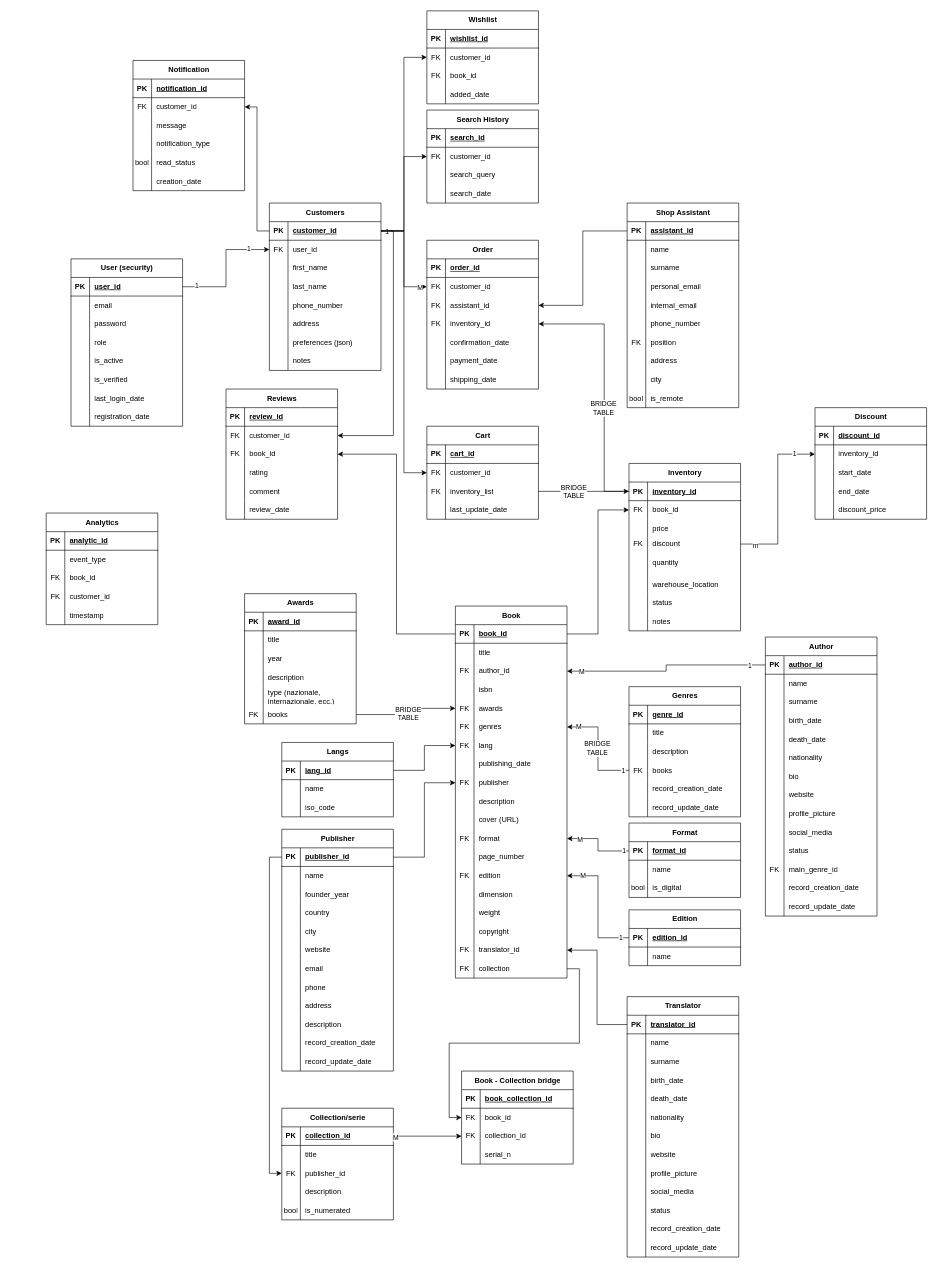
Earlier version of the draw.io diagram virtual-bookstore.drawio (AntonioStrignano/virtual-bookstore). Source tidied: cells renumbered, new cells numbered last; positions are measured from the earlier drawing's top-left corner, leaving out a move shared by most shapes. Both pictures are drawn from the tidied source at 62%, with x=0, y=0 at pixel (46, 11).
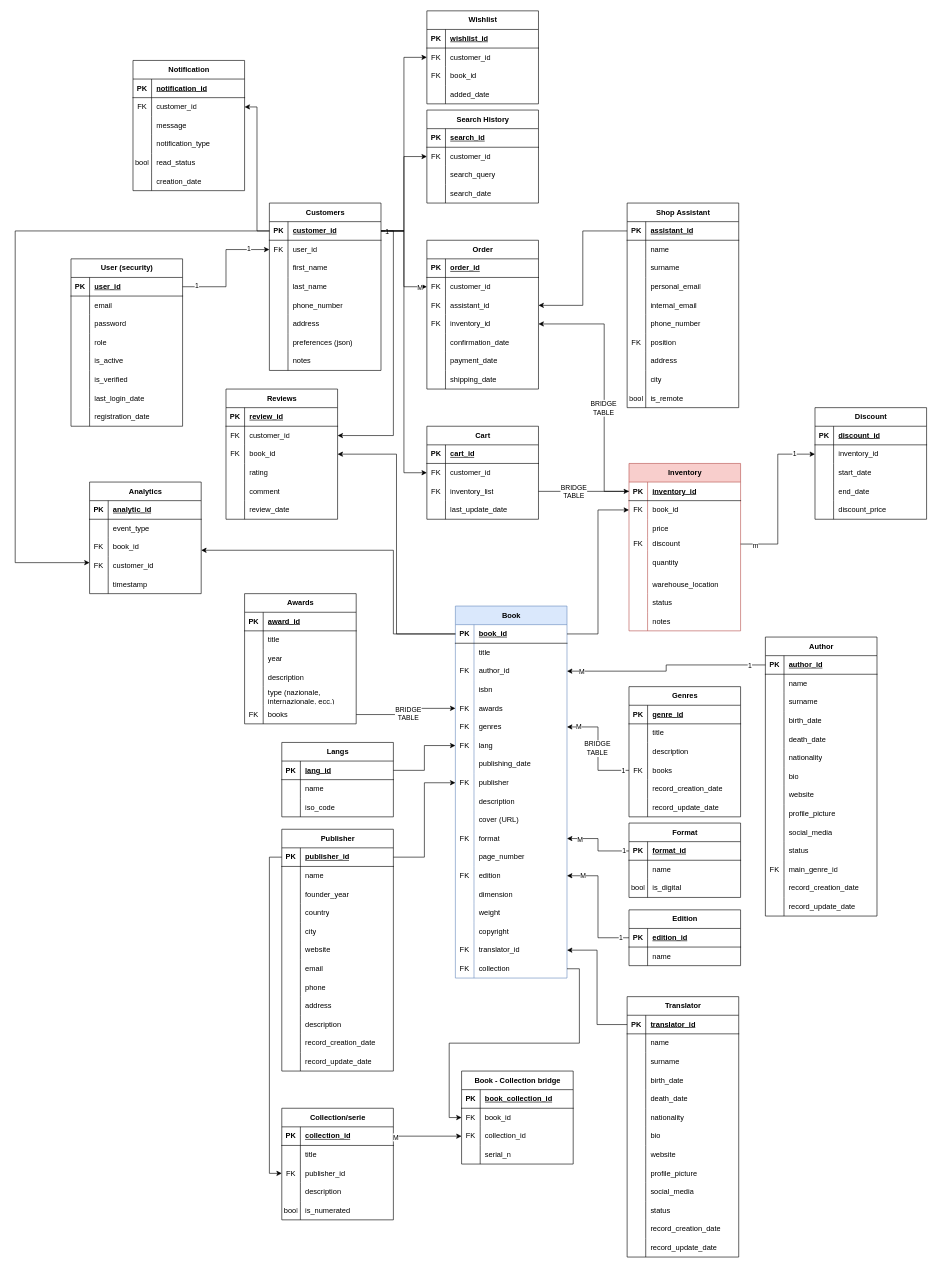
The same page after the edit.

Unchanged cells that the change refers to:
```xml
<mxCell id="3" style="shape=tableRow;horizontal=0;startSize=0;swimlaneHead=0;swimlaneBody=0;fillColor=none;points=[[0,0.5],[1,0.5]];portConstraint=eastwest;top=0;left=0;right=0;bottom=1;" parent="2" vertex="1">
  <mxGeometry y="30" width="180" height="30" as="geometry" />
</mxCell>
<mxCell id="398" style="shape=tableRow;horizontal=0;startSize=0;swimlaneHead=0;swimlaneBody=0;fillColor=none;points=[[0,0.5],[1,0.5]];portConstraint=eastwest;top=0;left=0;right=0;bottom=1;" parent="397" vertex="1">
  <mxGeometry y="30" width="180" height="30" as="geometry" />
</mxCell>
<mxCell id="545" style="shape=tableRow;horizontal=0;startSize=0;swimlaneHead=0;swimlaneBody=0;fillColor=none;points=[[0,0.5],[1,0.5]];portConstraint=eastwest;top=0;left=0;right=0;bottom=0;" parent="538" vertex="1">
  <mxGeometry y="90" width="180" height="30" as="geometry" />
</mxCell>
<mxCell id="548" style="shape=tableRow;horizontal=0;startSize=0;swimlaneHead=0;swimlaneBody=0;fillColor=none;points=[[0,0.5],[1,0.5]];portConstraint=eastwest;top=0;left=0;right=0;bottom=0;" parent="538" vertex="1">
  <mxGeometry y="120" width="180" height="30" as="geometry" />
</mxCell>
```

What changed in the source:
```diff
@@
-    <mxCell id="2" value="Book" style="shape=table;startSize=30;childLayout=tableLayout;rowLines=0;fontStyle=1;align=center;html=1;" parent="1" vertex="1">
+    <mxCell id="2" value="Book" style="shape=table;startSize=30;childLayout=tableLayout;rowLines=0;fontStyle=1;align=center;html=1;fillColor=#dae8fc;strokeColor=#6c8ebf;" parent="1" vertex="1">
       <mxGeometry x="660" y="960" width="180" height="600" as="geometry" />
     </mxCell>
@@
-    <mxCell id="295" value="Inventory" style="shape=table;startSize=30;childLayout=tableLayout;rowLines=0;fontStyle=1;align=center;html=1;" parent="1" vertex="1">
+    <mxCell id="295" value="Inventory" style="shape=table;startSize=30;childLayout=tableLayout;rowLines=0;fontStyle=1;align=center;html=1;fillColor=#f8cecc;strokeColor=#b85450;" parent="1" vertex="1">
       <mxGeometry x="940" y="730" width="180" height="270" as="geometry" />
     </mxCell>
@@
     <mxCell id="538" value="Analytics" style="shape=table;startSize=30;childLayout=tableLayout;rowLines=0;fontStyle=1;align=center;html=1;" parent="1" vertex="1">
-      <mxGeometry y="810" width="180" height="180" as="geometry" />
+      <mxGeometry x="70" y="760" width="180" height="180" as="geometry" />
     </mxCell>
@@
+    <mxCell id="554" style="edgeStyle=orthogonalEdgeStyle;rounded=0;jettySize=auto;html=1;" parent="1" edge="1" source="3" target="545">
+      <mxGeometry relative="1" as="geometry">
+        <Array as="points">
+          <mxPoint x="560" y="1005" />
+          <mxPoint x="560" y="870" />
+        </Array>
+      </mxGeometry>
+    </mxCell>
+    <mxCell id="555" style="edgeStyle=orthogonalEdgeStyle;rounded=0;jettySize=auto;html=1;" parent="1" edge="1" source="398" target="548">
+      <mxGeometry relative="1" as="geometry">
+        <Array as="points">
+          <mxPoint x="-50" y="355" />
+          <mxPoint x="-50" y="890" />
+        </Array>
+      </mxGeometry>
+    </mxCell>
```
